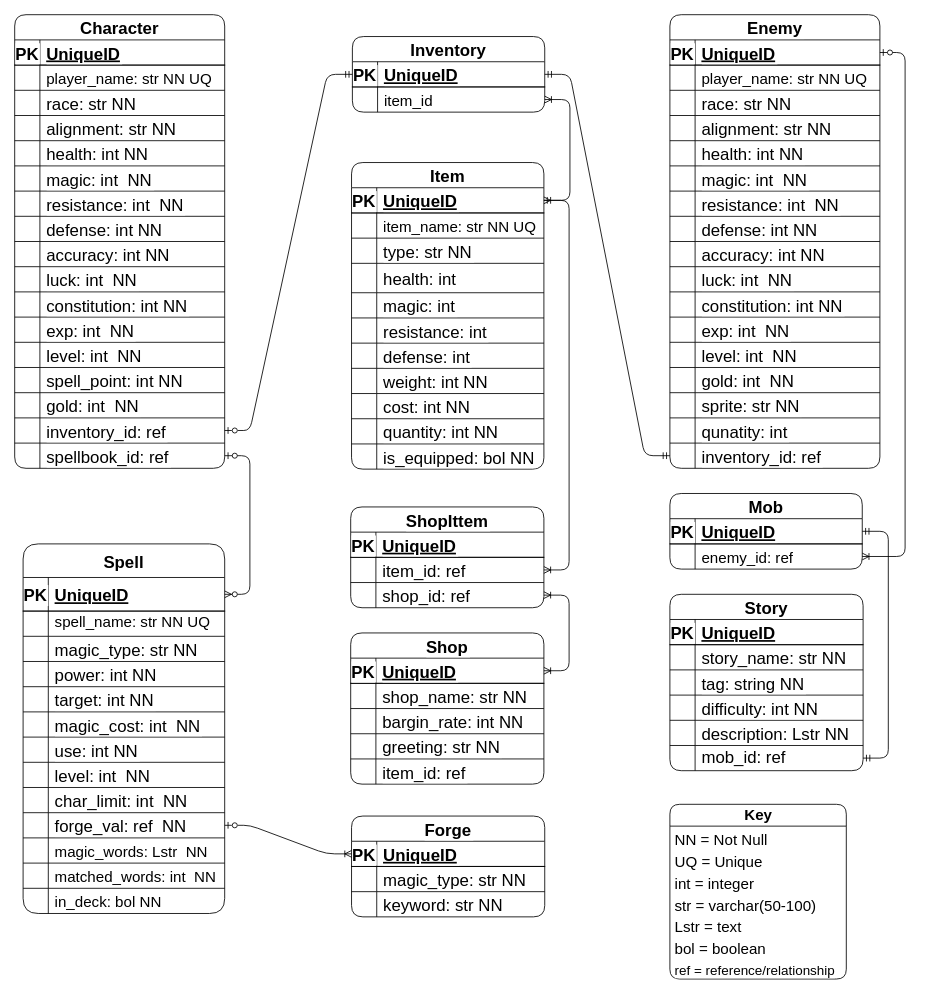
Earlier version of the draw.io diagram magesBindinngERD.drawio (agtTwilight/world-of-wordcraft). Source tidied: cells renumbered, new cells numbered last; positions are measured from the earlier drawing's top-left corner, leaving out a move shared by most shapes. Both pictures are drawn from the tidied source at 84%, with x=0, y=0 at pixel (14, 14).
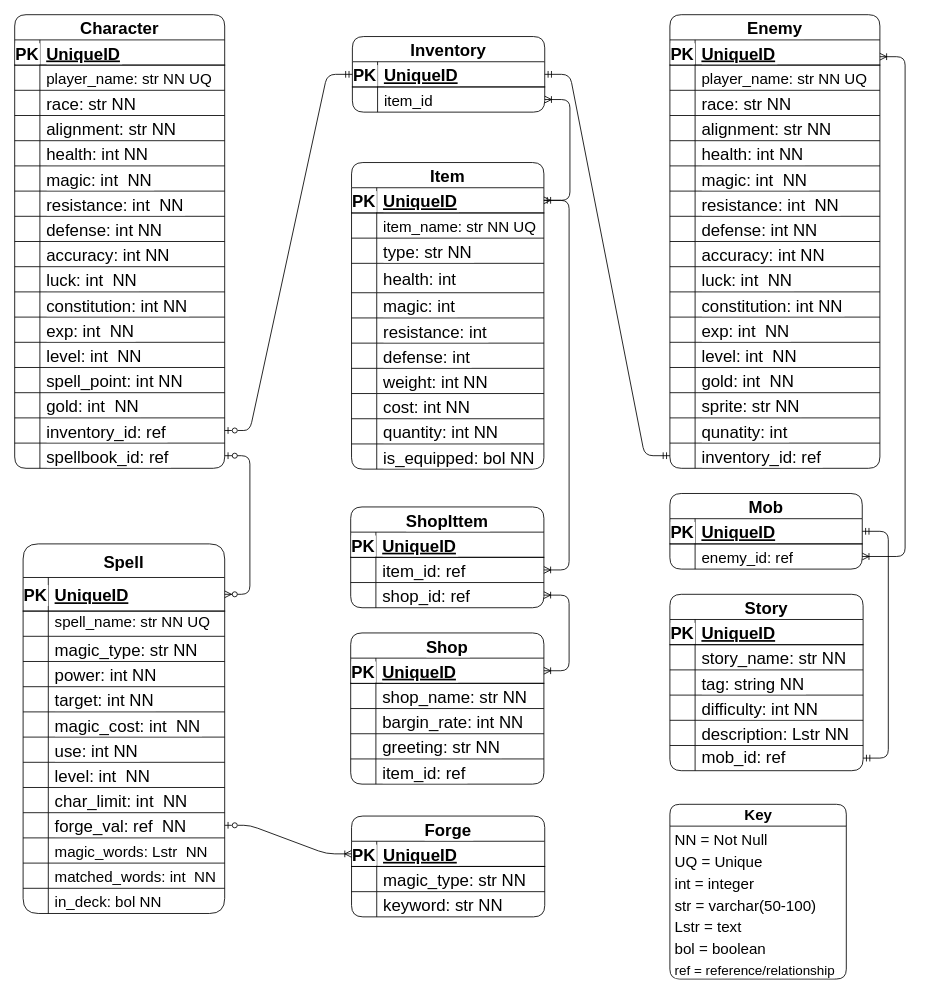
After the change.

The change refers to these unchanged cells:
```xml
<mxCell id="122" style="shape=tableRow;horizontal=0;startSize=0;swimlaneHead=0;swimlaneBody=0;fillColor=none;points=[[0,0.5],[1,0.5]];portConstraint=eastwest;top=0;left=0;right=0;bottom=1;hachureGap=4;fontFamily=Helvetica;fontSize=20;labelBackgroundColor=#FFFFFF;" parent="121" vertex="1">
  <mxGeometry y="30" width="250" height="30" as="geometry" />
</mxCell>
<mxCell id="232" style="shape=tableRow;horizontal=0;startSize=0;swimlaneHead=0;swimlaneBody=0;fillColor=none;points=[[0,0.5],[1,0.5]];portConstraint=eastwest;top=0;left=0;right=0;bottom=0;rounded=1;shadow=0;sketch=0;hachureGap=4;jiggle=2;curveFitting=1;fontFamily=Helvetica;fontSize=20;labelBackgroundColor=#FFFFFF;" parent="228" vertex="1">
  <mxGeometry y="60" width="229" height="30" as="geometry" />
</mxCell>
```

The edit, as a diff of the source:
```diff
@@
-    <mxCell id="235" style="edgeStyle=entityRelationEdgeStyle;fontSize=12;html=1;endArrow=ERoneToMany;startArrow=ERzeroToOne;hachureGap=4;fontFamily=Architects Daughter;anchorPointDirection=1;" parent="1" edge="1" source="122" target="232">
-      <mxGeometry relative="1" as="geometry" />
-    </mxCell>
@@
+    <mxCell id="267" style="edgeStyle=entityRelationEdgeStyle;fontSize=12;html=1;endArrow=ERoneToMany;startArrow=ERoneToMany;sketch=0;hachureGap=4;jiggle=2;curveFitting=1;fontFamily=Architects Daughter;" parent="1" edge="1" target="232">
+      <mxGeometry relative="1" as="geometry">
+        <mxPoint x="1030" y="50" as="sourcePoint" />
+      </mxGeometry>
+    </mxCell>
```
